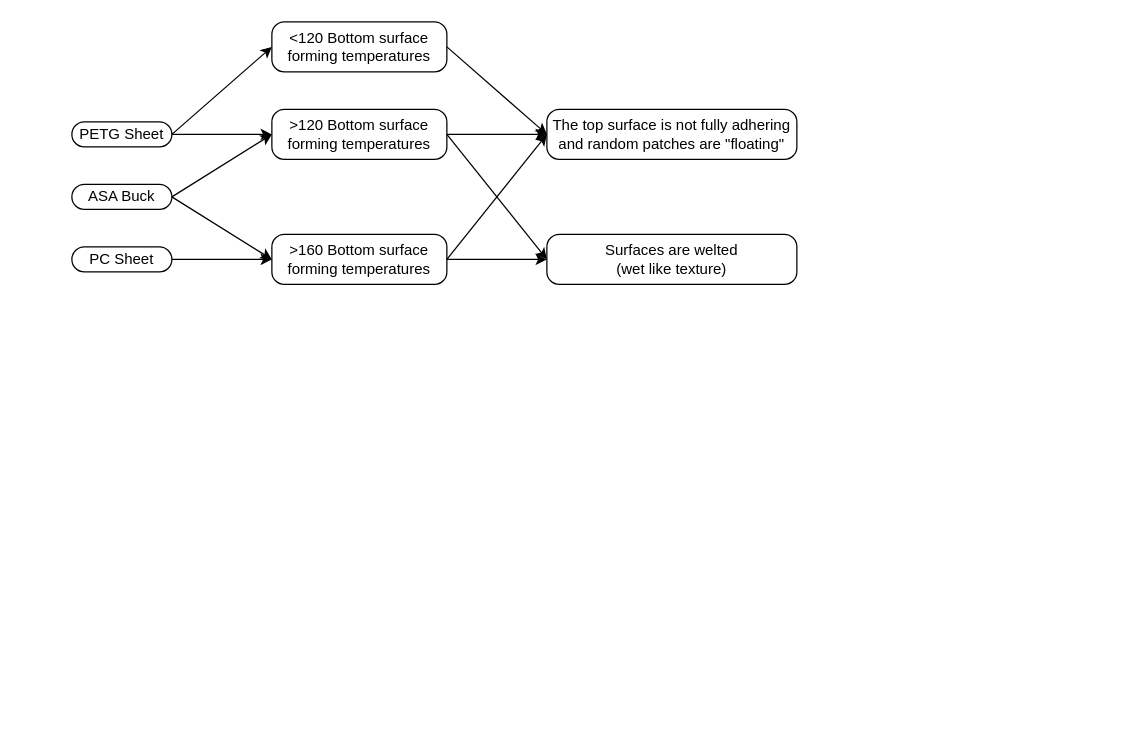
This is page "Issues" (1 of 3) of Documents/Vacuum Forming Processes.drawio from Cyberspecies/Synth-Head, a draw.io file, before an edit. Source tidied: cells renumbered, new cells numbered last; positions are measured from the earlier drawing's top-left corner, leaving out a move shared by most shapes. Both pictures are drawn from the tidied source at 125%, with x=0, y=0 at pixel (71, 21).
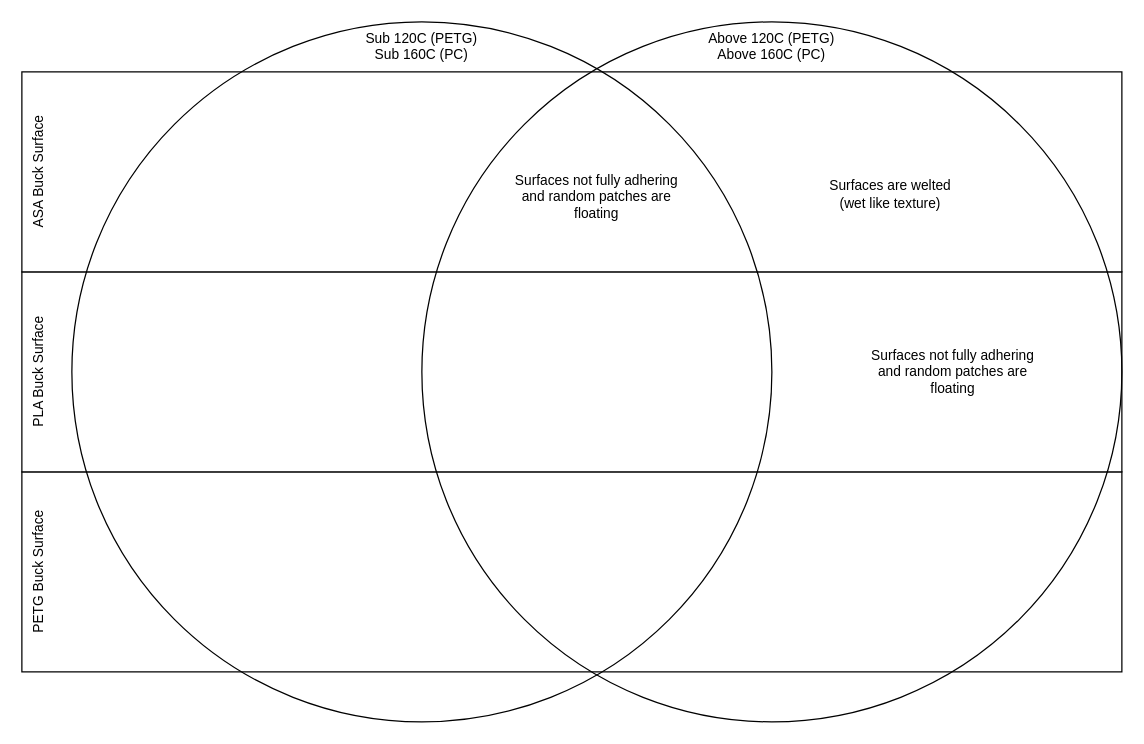
After the change.

Commit message:
Modified Issues analysis to use pseudo venn diagram

The edit, as a diff of the source:
```diff
@@
 <mxGraphModel>
   <root>
     <mxCell id="0" />
     <mxCell id="1" parent="0" />
-    <mxCell id="2" style="rounded=0;jettySize=auto;html=1;exitX=1;exitY=0.5;exitDx=0;exitDy=0;exitPerimeter=0;entryX=0;entryY=0.5;entryDx=0;entryDy=0;entryPerimeter=0;" parent="1" edge="1" source="3" target="5">
-      <mxGeometry relative="1" as="geometry" />
-    </mxCell>
-    <mxCell id="3" value="ASA Buck" style="rounded=1;whiteSpace=wrap;html=1;absoluteArcSize=1;points=[[0,0.5,0,0,0],[1,0.5,0,0,0]];" parent="1" vertex="1">
-      <mxGeometry y="130" width="80" height="20" as="geometry" />
-    </mxCell>
-    <mxCell id="4" value="PETG Sheet" style="rounded=1;whiteSpace=wrap;html=1;absoluteArcSize=1;points=[[0,0.5,0,0,0],[1,0.5,0,0,0]];" parent="1" vertex="1">
-      <mxGeometry y="80" width="80" height="20" as="geometry" />
-    </mxCell>
-    <mxCell id="5" value="&amp;gt;120 Bottom surface forming temperatures" style="rounded=1;whiteSpace=wrap;html=1;absoluteArcSize=1;points=[[0,0.5,0,0,0],[1,0.5,0,0,0]];" parent="1" vertex="1">
-      <mxGeometry x="160" y="70" width="140" height="40" as="geometry" />
-    </mxCell>
-    <mxCell id="6" style="rounded=0;jettySize=auto;html=1;exitX=1;exitY=0.5;exitDx=0;exitDy=0;exitPerimeter=0;entryX=0;entryY=0.5;entryDx=0;entryDy=0;entryPerimeter=0;" parent="1" edge="1" source="4" target="5">
-      <mxGeometry relative="1" as="geometry" />
-    </mxCell>
+    <mxCell id="20" value="PETG Buck Surface" style="rounded=0;whiteSpace=wrap;html=1;fontFamily=Helvetica;fontSize=11;fontColor=default;labelBackgroundColor=default;horizontal=0;verticalAlign=top;" parent="1" vertex="1">
+      <mxGeometry x="-40" y="360" width="880" height="160" as="geometry" />
+    </mxCell>
+    <mxCell id="21" value="PLA Buck Surface" style="rounded=0;whiteSpace=wrap;html=1;fontFamily=Helvetica;fontSize=11;fontColor=default;labelBackgroundColor=default;horizontal=0;verticalAlign=top;" parent="1" vertex="1">
+      <mxGeometry x="-40" y="200" width="880" height="160" as="geometry" />
+    </mxCell>
+    <mxCell id="22" value="ASA Buck Surface" style="rounded=0;whiteSpace=wrap;html=1;fontFamily=Helvetica;fontSize=11;fontColor=default;labelBackgroundColor=default;horizontal=0;verticalAlign=top;" parent="1" vertex="1">
+      <mxGeometry x="-40" y="40" width="880" height="160" as="geometry" />
+    </mxCell>
+    <mxCell id="23" value="Sub 120C (PETG)&lt;div&gt;Sub 160C (PC)&lt;/div&gt;" style="ellipse;whiteSpace=wrap;html=1;fontFamily=Helvetica;fontSize=11;fontColor=default;labelBackgroundColor=default;fillColor=none;verticalAlign=top;" parent="1" vertex="1">
+      <mxGeometry width="560" height="560" as="geometry" />
+    </mxCell>
+    <mxCell id="24" value="Above 120C (PETG)&lt;br&gt;Above 160C (PC)" style="ellipse;whiteSpace=wrap;html=1;fontFamily=Helvetica;fontSize=11;fontColor=default;labelBackgroundColor=default;fillColor=none;verticalAlign=top;" parent="1" vertex="1">
+      <mxGeometry x="280" width="560" height="560" as="geometry" />
+    </mxCell>
+    <mxCell id="25" value="Surfaces not fully adhering and random patches are floating" style="text;html=1;whiteSpace=wrap;strokeColor=none;fillColor=none;align=center;verticalAlign=middle;rounded=0;fontFamily=Helvetica;fontSize=11;fontColor=default;labelBackgroundColor=default;" parent="24" vertex="1">
+      <mxGeometry x="65" y="120" width="150" height="40" as="geometry" />
+    </mxCell>
-    <mxCell id="7" value="Surfaces are welted&lt;div&gt;(wet like texture)&lt;/div&gt;" style="rounded=1;whiteSpace=wrap;html=1;absoluteArcSize=1;points=[[0,0.5,0,0,0],[1,0.5,0,0,0]];" parent="1" vertex="1">
-      <mxGeometry x="380" y="170" width="200" height="40" as="geometry" />
+    <mxCell id="7" value="Surfaces are welted (wet like texture)" style="text;html=1;whiteSpace=wrap;strokeColor=none;fillColor=none;align=center;verticalAlign=middle;rounded=0;fontFamily=Helvetica;fontSize=11;fontColor=default;labelBackgroundColor=default;" parent="24" vertex="1">
+      <mxGeometry x="320" y="115" width="110" height="45" as="geometry" />
     </mxCell>
-    <mxCell id="8" style="edgeStyle=none;shape=connector;rounded=0;jettySize=auto;html=1;exitX=1;exitY=0.5;exitDx=0;exitDy=0;exitPerimeter=0;entryX=0;entryY=0.5;entryDx=0;entryDy=0;entryPerimeter=0;strokeColor=default;align=center;verticalAlign=middle;fontFamily=Helvetica;fontSize=11;fontColor=default;labelBackgroundColor=default;endArrow=classic;" parent="1" edge="1" source="5" target="14">
-      <mxGeometry relative="1" as="geometry" />
-    </mxCell>
-    <mxCell id="9" style="rounded=0;jettySize=auto;html=1;exitX=1;exitY=0.5;exitDx=0;exitDy=0;exitPerimeter=0;entryX=0;entryY=0.5;entryDx=0;entryDy=0;entryPerimeter=0;" parent="1" edge="1" source="3" target="10">
-      <mxGeometry relative="1" as="geometry" />
-    </mxCell>
-    <mxCell id="10" value="&amp;gt;160 Bottom surface forming temperatures" style="rounded=1;whiteSpace=wrap;html=1;absoluteArcSize=1;points=[[0,0.5,0,0,0],[1,0.5,0,0,0]];" parent="1" vertex="1">
-      <mxGeometry x="160" y="170" width="140" height="40" as="geometry" />
-    </mxCell>
-    <mxCell id="11" style="edgeStyle=none;shape=connector;rounded=0;jettySize=auto;html=1;exitX=1;exitY=0.5;exitDx=0;exitDy=0;exitPerimeter=0;entryX=0;entryY=0.5;entryDx=0;entryDy=0;entryPerimeter=0;strokeColor=default;align=center;verticalAlign=middle;fontFamily=Helvetica;fontSize=11;fontColor=default;labelBackgroundColor=default;endArrow=classic;" parent="1" edge="1" source="10" target="7">
-      <mxGeometry relative="1" as="geometry" />
-    </mxCell>
-    <mxCell id="12" value="PC Sheet" style="rounded=1;whiteSpace=wrap;html=1;absoluteArcSize=1;points=[[0,0.5,0,0,0],[1,0.5,0,0,0]];" parent="1" vertex="1">
-      <mxGeometry y="180" width="80" height="20" as="geometry" />
-    </mxCell>
-    <mxCell id="13" style="edgeStyle=none;shape=connector;rounded=0;jettySize=auto;html=1;exitX=1;exitY=0.5;exitDx=0;exitDy=0;exitPerimeter=0;entryX=0;entryY=0.5;entryDx=0;entryDy=0;entryPerimeter=0;strokeColor=default;align=center;verticalAlign=middle;fontFamily=Helvetica;fontSize=11;fontColor=default;labelBackgroundColor=default;endArrow=classic;" parent="1" edge="1" source="12" target="10">
-      <mxGeometry relative="1" as="geometry" />
-    </mxCell>
-    <mxCell id="14" value="The top surface is not fully adhering and random patches are &quot;floating&quot;" style="rounded=1;whiteSpace=wrap;html=1;absoluteArcSize=1;points=[[0,0.5,0,0,0],[1,0.5,0,0,0]];" parent="1" vertex="1">
-      <mxGeometry x="380" y="70" width="200" height="40" as="geometry" />
-    </mxCell>
-    <mxCell id="15" style="edgeStyle=none;shape=connector;rounded=0;jettySize=auto;html=1;exitX=1;exitY=0.5;exitDx=0;exitDy=0;exitPerimeter=0;entryX=0;entryY=0.5;entryDx=0;entryDy=0;entryPerimeter=0;strokeColor=default;align=center;verticalAlign=middle;fontFamily=Helvetica;fontSize=11;fontColor=default;labelBackgroundColor=default;endArrow=classic;" parent="1" edge="1" source="5" target="7">
-      <mxGeometry relative="1" as="geometry" />
-    </mxCell>
-    <mxCell id="16" style="edgeStyle=none;shape=connector;rounded=0;jettySize=auto;html=1;exitX=1;exitY=0.5;exitDx=0;exitDy=0;exitPerimeter=0;entryX=0;entryY=0.5;entryDx=0;entryDy=0;entryPerimeter=0;strokeColor=default;align=center;verticalAlign=middle;fontFamily=Helvetica;fontSize=11;fontColor=default;labelBackgroundColor=default;endArrow=classic;" parent="1" edge="1" source="10" target="14">
-      <mxGeometry relative="1" as="geometry" />
-    </mxCell>
-    <mxCell id="17" value="&amp;lt;120 Bottom surface forming temperatures" style="rounded=1;whiteSpace=wrap;html=1;absoluteArcSize=1;points=[[0,0.5,0,0,0],[1,0.5,0,0,0]];" parent="1" vertex="1">
-      <mxGeometry x="160" width="140" height="40" as="geometry" />
-    </mxCell>
-    <mxCell id="18" style="edgeStyle=none;shape=connector;rounded=0;jettySize=auto;html=1;exitX=1;exitY=0.5;exitDx=0;exitDy=0;exitPerimeter=0;entryX=0;entryY=0.5;entryDx=0;entryDy=0;entryPerimeter=0;strokeColor=default;align=center;verticalAlign=middle;fontFamily=Helvetica;fontSize=11;fontColor=default;labelBackgroundColor=default;endArrow=classic;" parent="1" edge="1" source="4" target="17">
-      <mxGeometry relative="1" as="geometry" />
-    </mxCell>
-    <mxCell id="19" style="edgeStyle=none;shape=connector;rounded=0;jettySize=auto;html=1;exitX=1;exitY=0.5;exitDx=0;exitDy=0;exitPerimeter=0;entryX=0;entryY=0.5;entryDx=0;entryDy=0;entryPerimeter=0;strokeColor=default;align=center;verticalAlign=middle;fontFamily=Helvetica;fontSize=11;fontColor=default;labelBackgroundColor=default;endArrow=classic;" parent="1" edge="1" source="17" target="14">
-      <mxGeometry relative="1" as="geometry" />
-    </mxCell>
+    <mxCell id="26" value="Surfaces not fully adhering and random patches are floating" style="text;html=1;whiteSpace=wrap;strokeColor=none;fillColor=none;align=center;verticalAlign=middle;rounded=0;fontFamily=Helvetica;fontSize=11;fontColor=default;labelBackgroundColor=default;" parent="24" vertex="1">
+      <mxGeometry x="350" y="260" width="150" height="40" as="geometry" />
+    </mxCell>
   </root>
 </mxGraphModel>
```
